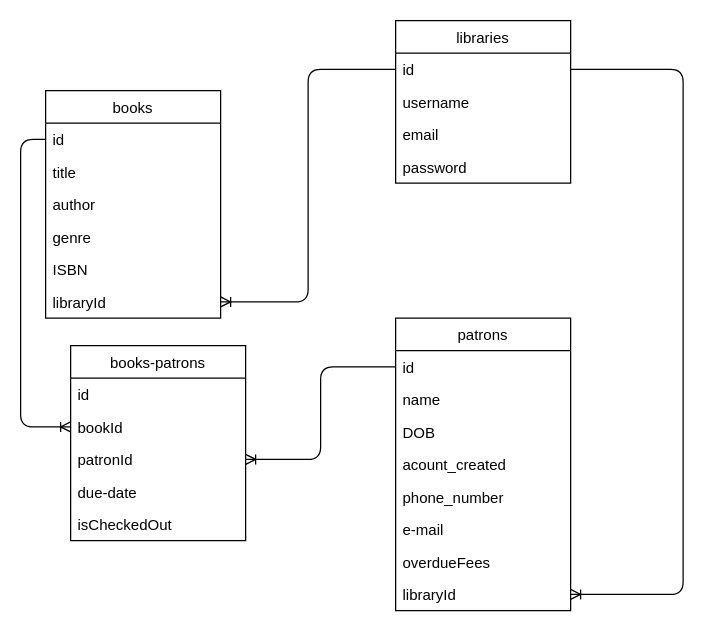
Above: Library-System.drawio in swathi862/Book4-Library_System (draw.io), before the change. Source tidied: cells renumbered, new cells numbered last; positions are measured from the earlier drawing's top-left corner, leaving out a move shared by most shapes. Both pictures are drawn from the tidied source at 125%, with x=0, y=0 at pixel (20, 20).
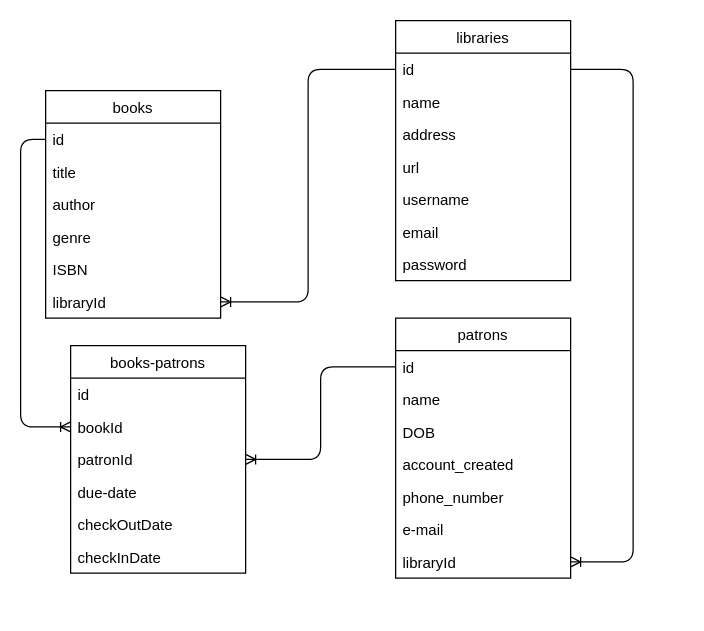
The same diagram, later.

Unchanged cells that the change refers to:
```xml
<mxCell id="3" value="id" style="text;strokeColor=none;fillColor=none;align=left;verticalAlign=top;spacingLeft=4;spacingRight=4;overflow=hidden;points=[[0,0.5],[1,0.5]];portConstraint=eastwest;" parent="2" vertex="1">
  <mxGeometry y="26" width="140" height="26" as="geometry" />
</mxCell>
```

Change to the diagram source:
```diff
@@
     <mxCell id="2" value="libraries" style="swimlane;fontStyle=0;horizontal=1;startSize=26;fillColor=none;" parent="1" vertex="1">
-      <mxGeometry x="300" width="140" height="130" as="geometry" />
+      <mxGeometry x="300" width="140" height="208" as="geometry" />
     </mxCell>
@@
-    <mxCell id="4" value="username" style="text;strokeColor=none;fillColor=none;align=left;verticalAlign=top;spacingLeft=4;spacingRight=4;overflow=hidden;" parent="2" vertex="1">
+    <mxCell id="4" value="name" style="text;strokeColor=none;fillColor=none;align=left;verticalAlign=top;spacingLeft=4;spacingRight=4;overflow=hidden;" parent="2" vertex="1">
       <mxGeometry y="52" width="140" height="26" as="geometry" />
     </mxCell>
+    <mxCell id="33" value="address" style="text;strokeColor=none;fillColor=none;align=left;verticalAlign=top;spacingLeft=4;spacingRight=4;overflow=hidden;" parent="2" vertex="1">
+      <mxGeometry y="78" width="140" height="26" as="geometry" />
+    </mxCell>
+    <mxCell id="34" value="url" style="text;strokeColor=none;fillColor=none;align=left;verticalAlign=top;spacingLeft=4;spacingRight=4;overflow=hidden;" parent="2" vertex="1">
+      <mxGeometry y="104" width="140" height="26" as="geometry" />
+    </mxCell>
+    <mxCell id="35" value="username" style="text;strokeColor=none;fillColor=none;align=left;verticalAlign=top;spacingLeft=4;spacingRight=4;overflow=hidden;" parent="2" vertex="1">
+      <mxGeometry y="130" width="140" height="26" as="geometry" />
+    </mxCell>
     <mxCell id="5" value="email" style="text;strokeColor=none;fillColor=none;align=left;verticalAlign=top;spacingLeft=4;spacingRight=4;overflow=hidden;" parent="2" vertex="1">
-      <mxGeometry y="78" width="140" height="26" as="geometry" />
+      <mxGeometry y="156" width="140" height="26" as="geometry" />
     </mxCell>
     <mxCell id="6" value="password" style="text;strokeColor=none;fillColor=none;align=left;verticalAlign=top;spacingLeft=4;spacingRight=4;overflow=hidden;" parent="2" vertex="1">
-      <mxGeometry y="104" width="140" height="26" as="geometry" />
+      <mxGeometry y="182" width="140" height="26" as="geometry" />
     </mxCell>
@@
     <mxCell id="8" value="patrons" style="swimlane;fontStyle=0;horizontal=1;startSize=26;fillColor=none;" parent="1" vertex="1">
-      <mxGeometry x="300" y="238" width="140" height="234" as="geometry" />
+      <mxGeometry x="300" y="238" width="140" height="208" as="geometry" />
     </mxCell>
@@
-    <mxCell id="12" value="acount_created" style="text;strokeColor=none;fillColor=none;align=left;verticalAlign=top;spacingLeft=4;spacingRight=4;overflow=hidden;" parent="8" vertex="1">
+    <mxCell id="12" value="account_created" style="text;strokeColor=none;fillColor=none;align=left;verticalAlign=top;spacingLeft=4;spacingRight=4;overflow=hidden;" parent="8" vertex="1">
       <mxGeometry y="104" width="140" height="26" as="geometry" />
     </mxCell>
@@
-    <mxCell id="15" value="overdueFees" style="text;strokeColor=none;fillColor=none;align=left;verticalAlign=top;spacingLeft=4;spacingRight=4;overflow=hidden;" parent="8" vertex="1">
-      <mxGeometry y="182" width="140" height="26" as="geometry" />
-    </mxCell>
     <mxCell id="16" value="libraryId" style="text;strokeColor=none;fillColor=none;align=left;verticalAlign=top;spacingLeft=4;spacingRight=4;overflow=hidden;points=[[0,0.5],[1,0.5]];portConstraint=eastwest;" parent="8" vertex="1">
-      <mxGeometry y="208" width="140" height="26" as="geometry" />
+      <mxGeometry y="182" width="140" height="26" as="geometry" />
     </mxCell>
@@
     <mxCell id="18" value="books-patrons" style="swimlane;fontStyle=0;horizontal=1;startSize=26;fillColor=none;" parent="1" vertex="1">
-      <mxGeometry x="40" y="260" width="140" height="156" as="geometry" />
+      <mxGeometry x="40" y="260" width="140" height="182" as="geometry" />
     </mxCell>
@@
-    <mxCell id="23" value="isCheckedOut" style="text;strokeColor=none;fillColor=none;align=left;verticalAlign=top;spacingLeft=4;spacingRight=4;overflow=hidden;" parent="18" vertex="1">
-      <mxGeometry y="130" width="140" height="26" as="geometry" />
-    </mxCell>
+    <mxCell id="36" value="checkOutDate" style="text;strokeColor=none;fillColor=none;align=left;verticalAlign=top;spacingLeft=4;spacingRight=4;overflow=hidden;" parent="18" vertex="1">
+      <mxGeometry y="130" width="140" height="26" as="geometry" />
+    </mxCell>
+    <mxCell id="37" value="checkInDate" style="text;strokeColor=none;fillColor=none;align=left;verticalAlign=top;spacingLeft=4;spacingRight=4;overflow=hidden;" parent="18" vertex="1">
+      <mxGeometry y="156" width="140" height="26" as="geometry" />
+    </mxCell>
@@
     <mxCell id="32" style="edgeStyle=orthogonalEdgeStyle;fontSize=12;html=1;endArrow=ERoneToMany;exitX=1;exitY=0.5;exitDx=0;exitDy=0;entryX=1;entryY=0.5;entryDx=0;entryDy=0;" parent="1" edge="1" source="3" target="16">
       <mxGeometry relative="1" as="geometry">
         <Array as="points">
-          <mxPoint x="530" y="39" />
-          <mxPoint x="530" y="459" />
+          <mxPoint x="490" y="39" />
+          <mxPoint x="490" y="433" />
         </Array>
       </mxGeometry>
     </mxCell>
```
